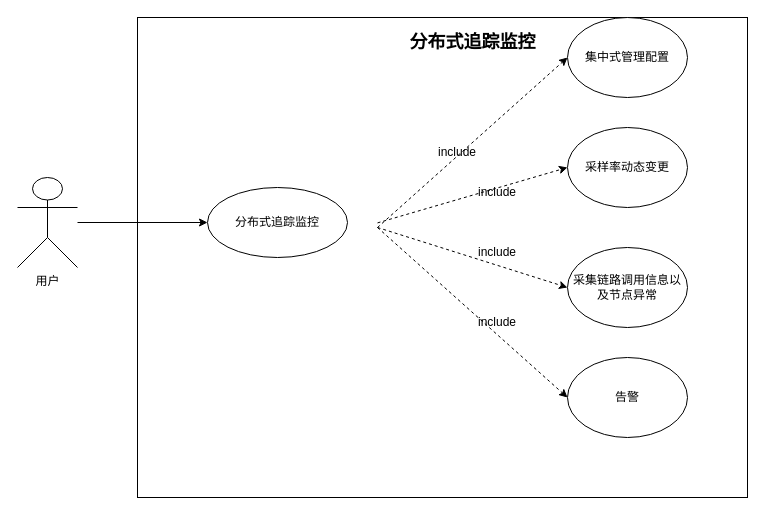
This is 1.7.drawio from tiankuanyu/test, a draw.io file, before an edit. Source tidied: cells renumbered, new cells numbered last; positions are measured from the earlier drawing's top-left corner, leaving out a move shared by most shapes. Both pictures are drawn from the tidied source at 100%, with x=0, y=0 at pixel (17, 17).
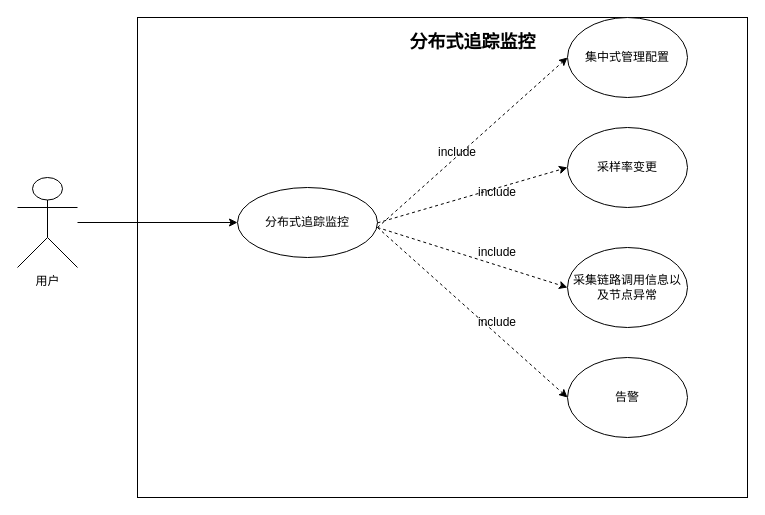
The same diagram, later.

Change to the diagram source:
```diff
@@
     <mxCell id="4" value="分布式追踪监控" style="ellipse;whiteSpace=wrap;html=1;" parent="1" vertex="1">
-      <mxGeometry x="190" y="170" width="140" height="70" as="geometry" />
+      <mxGeometry x="220" y="170" width="140" height="70" as="geometry" />
     </mxCell>
@@
-    <mxCell id="18" value="采样率动态变更" style="ellipse;whiteSpace=wrap;html=1;" parent="1" vertex="1">
+    <mxCell id="18" value="采样率变更" style="ellipse;whiteSpace=wrap;html=1;" parent="1" vertex="1">
       <mxGeometry x="550" y="110" width="120" height="80" as="geometry" />
     </mxCell>
```
